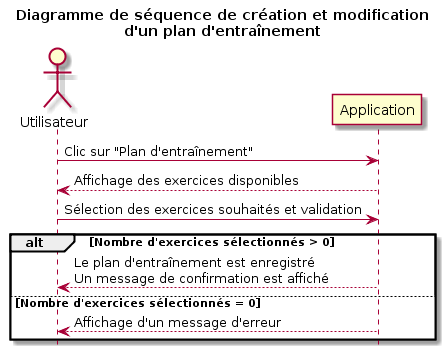
The PlantUML diagram diagrams/images/CreationPlanEntrainement.png in SharafGabel/GYMTONIK, before a commit.
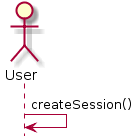
After the commit.

The edit, as a diff of the source:
```diff
@@ -1,20 +1,7 @@
 @startuml
 hide footbox
-actor Utilisateur
+actor User
 
-title Diagramme de séquence de création et modification\nd'un plan d'entraînement
+User->User: createSession()
 
-Utilisateur -> Application: Clic sur "Plan d'entraînement"
-Utilisateur <-- Application: Affichage des exercices disponibles
-
-Utilisateur -> Application: Sélection des exercices souhaités et validation
-
-alt Nombre d'exercices sélectionnés > 0
-
-    Utilisateur <-- Application: Le plan d'entraînement est enregistré\nUn message de confirmation est affiché
-
-else Nombre d'exercices sélectionnés = 0
-
-    Utilisateur <-- Application: Affichage d'un message d'erreur
-end
 @enduml
```
